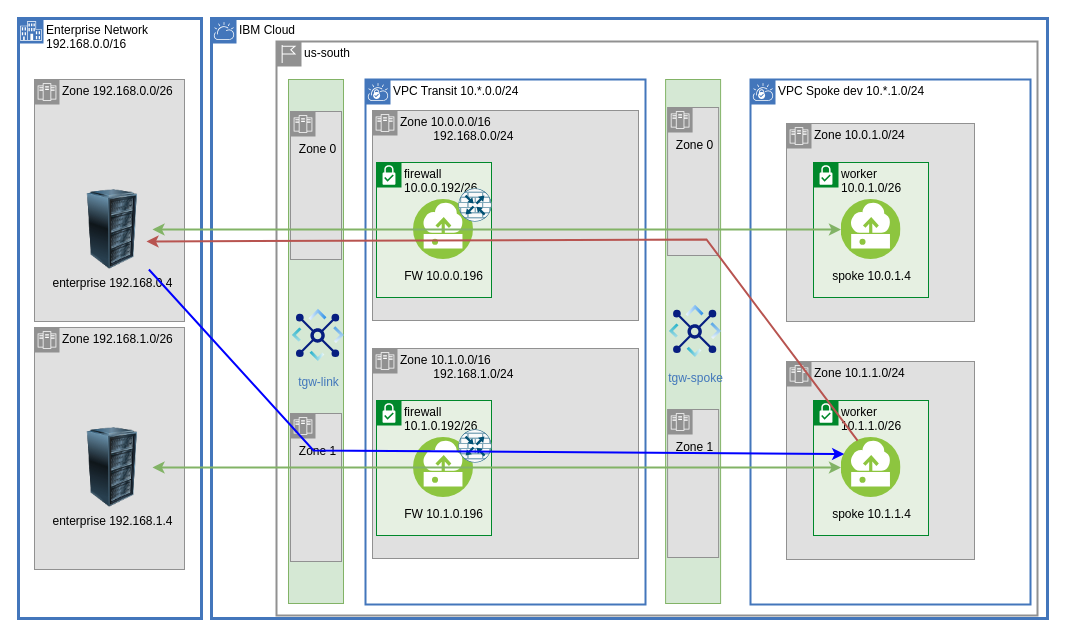
Above: page "asymmetric" (5 of 11) of diagrams/vpc-transit.drawio in ibm-cloud-docs/solution-tutorials (draw.io), before the change. Source tidied: cells renumbered, new cells numbered last; positions are measured from the earlier drawing's top-left corner, leaving out a move shared by most shapes. Both pictures are drawn from the tidied source at 100%, with x=0, y=0 at pixel (18, 18).
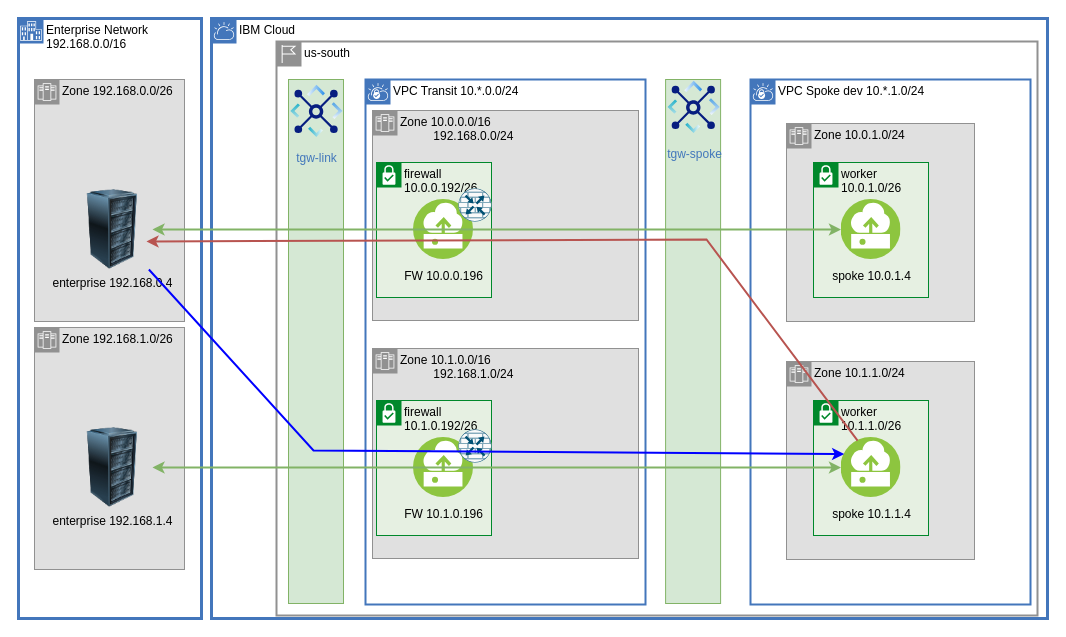
After the change.

What changed in the source:
```diff
@@
-    <mxCell id="25" style="group;" parent="1" vertex="1">
-      <mxGeometry x="269.9" y="65" width="61.9" height="524" as="geometry" />
-    </mxCell>
-    <mxCell id="26" style="whiteSpace=wrap;html=1;fontFamily=Helvetica;fontSize=11;fillColor=#d5e8d4;strokeColor=#82b366;" parent="25" vertex="1">
-      <mxGeometry x="0.1" y="-4" width="55" height="524" as="geometry" />
+    <mxCell id="26" style="whiteSpace=wrap;html=1;fontFamily=Helvetica;fontSize=11;fillColor=#d5e8d4;strokeColor=#82b366;" parent="1" vertex="1">
+      <mxGeometry x="270" y="61" width="55" height="524" as="geometry" />
     </mxCell>
-    <mxCell id="27" value="tgw-link" style="perimeter=ellipsePerimeter;html=1;align=center;shadow=0;dashed=0;fontColor=#4277BB;fontSize=12;spacingTop=3;image;image=img/lib/ibm/vpc/TransitGateway.svg;labelBackgroundColor=none;" parent="25" vertex="1">
-      <mxGeometry y="222" width="60" height="60" as="geometry" />
+    <mxCell id="27" value="tgw-link" style="perimeter=ellipsePerimeter;html=1;align=center;shadow=0;dashed=0;fontColor=#4277BB;fontSize=12;spacingTop=3;image;image=img/lib/ibm/vpc/TransitGateway.svg;labelBackgroundColor=none;" parent="1" vertex="1">
+      <mxGeometry x="268.4" y="63" width="60" height="60" as="geometry" />
     </mxCell>
-    <mxCell id="28" style="group;" parent="25" vertex="1">
-      <mxGeometry x="2.1" y="28" width="59.7" height="148" as="geometry" />
-    </mxCell>
-    <mxCell id="29" style="shape=mxgraph.ibm.box;prType=zone;fontStyle=0;verticalAlign=top;align=left;spacingLeft=32;spacingTop=4;fillColor=#E0E0E0;rounded=0;whiteSpace=wrap;html=1;strokeColor=#919191;strokeWidth=1;dashed=0;spacing=-4;" parent="28" vertex="1">
-      <mxGeometry width="51" height="148" as="geometry" />
-    </mxCell>
-    <mxCell id="30" value="Zone 0" style="text;html=1;align=center;verticalAlign=middle;strokeColor=none;fillColor=none;fontSize=12;fontFamily=Helvetica;fontColor=#000000;" parent="28" vertex="1">
-      <mxGeometry x="-0.3" y="25" width="55" height="26" as="geometry" />
-    </mxCell>
-    <mxCell id="31" style="group;" parent="25" vertex="1">
-      <mxGeometry x="2.1" y="330" width="59.7" height="148" as="geometry" />
-    </mxCell>
-    <mxCell id="32" style="shape=mxgraph.ibm.box;prType=zone;fontStyle=0;verticalAlign=top;align=left;spacingLeft=32;spacingTop=4;fillColor=#E0E0E0;rounded=0;whiteSpace=wrap;html=1;strokeColor=#919191;strokeWidth=1;dashed=0;spacing=-4;" parent="31" vertex="1">
-      <mxGeometry width="51" height="148" as="geometry" />
-    </mxCell>
-    <mxCell id="33" value="Zone 1" style="text;html=1;align=center;verticalAlign=middle;strokeColor=none;fillColor=none;fontSize=12;fontFamily=Helvetica;fontColor=#000000;" parent="31" vertex="1">
-      <mxGeometry x="-0.3" y="25" width="55" height="26" as="geometry" />
-    </mxCell>
-    <mxCell id="34" style="group;" parent="1" vertex="1">
-      <mxGeometry x="647" y="61" width="61.9" height="524" as="geometry" />
-    </mxCell>
-    <mxCell id="35" style="whiteSpace=wrap;html=1;fontFamily=Helvetica;fontSize=11;fillColor=#d5e8d4;strokeColor=#82b366;" parent="34" vertex="1">
-      <mxGeometry x="0.1" width="55" height="524" as="geometry" />
+    <mxCell id="35" style="whiteSpace=wrap;html=1;fontFamily=Helvetica;fontSize=11;fillColor=#d5e8d4;strokeColor=#82b366;" parent="1" vertex="1">
+      <mxGeometry x="647.1" y="61" width="55" height="524" as="geometry" />
     </mxCell>
-    <mxCell id="36" value="tgw-spoke" style="perimeter=ellipsePerimeter;html=1;align=center;shadow=0;dashed=0;fontColor=#4277BB;fontSize=12;spacingTop=3;image;image=img/lib/ibm/vpc/TransitGateway.svg;labelBackgroundColor=none;" parent="34" vertex="1">
-      <mxGeometry y="222" width="60" height="60" as="geometry" />
+    <mxCell id="36" value="tgw-spoke" style="perimeter=ellipsePerimeter;html=1;align=center;shadow=0;dashed=0;fontColor=#4277BB;fontSize=12;spacingTop=3;image;image=img/lib/ibm/vpc/TransitGateway.svg;labelBackgroundColor=none;" parent="1" vertex="1">
+      <mxGeometry x="645.6" y="59" width="60" height="60" as="geometry" />
     </mxCell>
-    <mxCell id="37" style="group;" parent="34" vertex="1">
-      <mxGeometry x="2.1" y="28" width="59.7" height="148" as="geometry" />
-    </mxCell>
-    <mxCell id="38" style="shape=mxgraph.ibm.box;prType=zone;fontStyle=0;verticalAlign=top;align=left;spacingLeft=32;spacingTop=4;fillColor=#E0E0E0;rounded=0;whiteSpace=wrap;html=1;strokeColor=#919191;strokeWidth=1;dashed=0;spacing=-4;" parent="37" vertex="1">
-      <mxGeometry width="51" height="148" as="geometry" />
-    </mxCell>
-    <mxCell id="39" value="Zone 0" style="text;html=1;align=center;verticalAlign=middle;strokeColor=none;fillColor=none;fontSize=12;fontFamily=Helvetica;fontColor=#000000;" parent="37" vertex="1">
-      <mxGeometry x="-0.3" y="25" width="55" height="26" as="geometry" />
-    </mxCell>
-    <mxCell id="40" style="group;" parent="34" vertex="1">
-      <mxGeometry x="2.1" y="330" width="59.7" height="148" as="geometry" />
-    </mxCell>
-    <mxCell id="41" style="shape=mxgraph.ibm.box;prType=zone;fontStyle=0;verticalAlign=top;align=left;spacingLeft=32;spacingTop=4;fillColor=#E0E0E0;rounded=0;whiteSpace=wrap;html=1;strokeColor=#919191;strokeWidth=1;dashed=0;spacing=-4;" parent="40" vertex="1">
-      <mxGeometry width="51" height="148" as="geometry" />
-    </mxCell>
-    <mxCell id="42" value="Zone 1" style="text;html=1;align=center;verticalAlign=middle;strokeColor=none;fillColor=none;fontSize=12;fontFamily=Helvetica;fontColor=#000000;" parent="40" vertex="1">
-      <mxGeometry x="-0.3" y="25" width="55" height="26" as="geometry" />
-    </mxCell>
```
